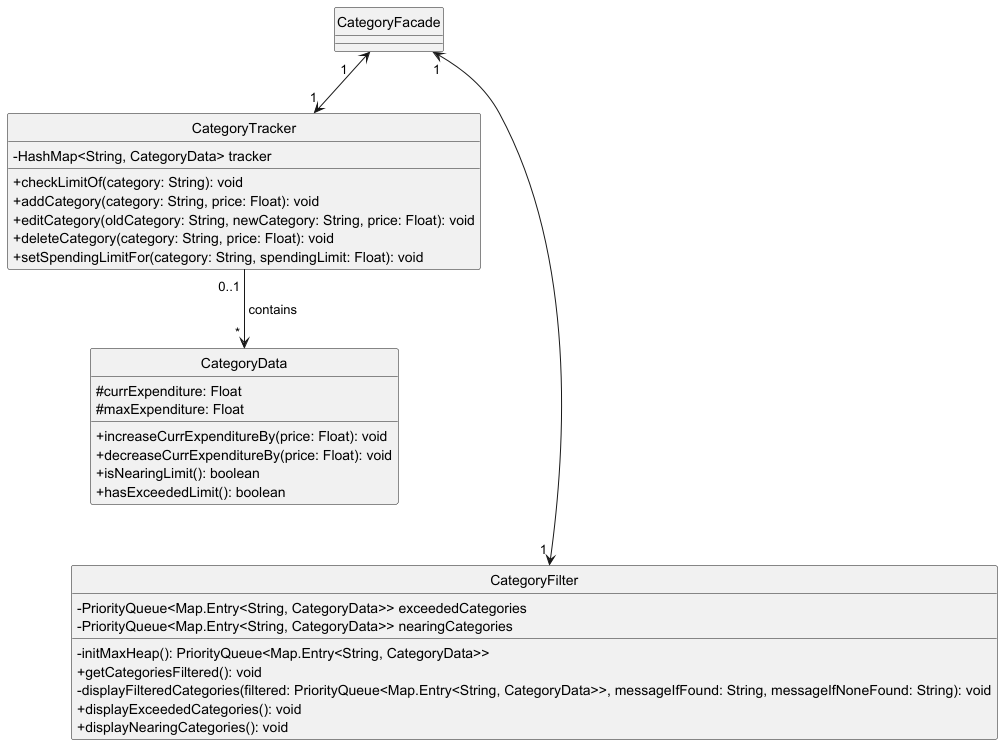
Above: docs/diagrams/images/CategoryClasses ClassUML.png in nus-cs2113-AY2425S1/tp (PlantUML), before the change. The source it was exported from:
```plantuml
@startuml
skinparam classAttributeIconSize 0
hide circle

class CategoryFacade {

}

class CategoryTracker {
    - HashMap<String, CategoryData> tracker

    +checkLimitOf(category: String): void
    +addCategory(category: String, price: Float): void
    +editCategory(oldCategory: String, newCategory: String, price: Float): void
    +deleteCategory(category: String, price: Float): void
    +setSpendingLimitFor(category: String, spendingLimit: Float): void
}

class CategoryData {
    #currExpenditure: Float
    #maxExpenditure: Float

    + increaseCurrExpenditureBy(price: Float): void
    + decreaseCurrExpenditureBy(price: Float): void
    + isNearingLimit(): boolean
    + hasExceededLimit(): boolean
}

class CategoryFilter {
    - PriorityQueue<Map.Entry<String, CategoryData>> exceededCategories
    - PriorityQueue<Map.Entry<String, CategoryData>> nearingCategories

    -initMaxHeap(): PriorityQueue<Map.Entry<String, CategoryData>>
    +getCategoriesFiltered(): void
    -displayFilteredCategories(filtered: PriorityQueue<Map.Entry<String, CategoryData>>, messageIfFound: String, messageIfNoneFound: String): void
    +displayExceededCategories(): void
    +displayNearingCategories(): void
}

CategoryFacade " 1    " <-d-> " 1 " CategoryTracker
CategoryFacade " 1 " <---d-> " 1 " CategoryFilter
CategoryTracker " 0..1 " -d-> " * " CategoryData : " contains "

@enduml
```
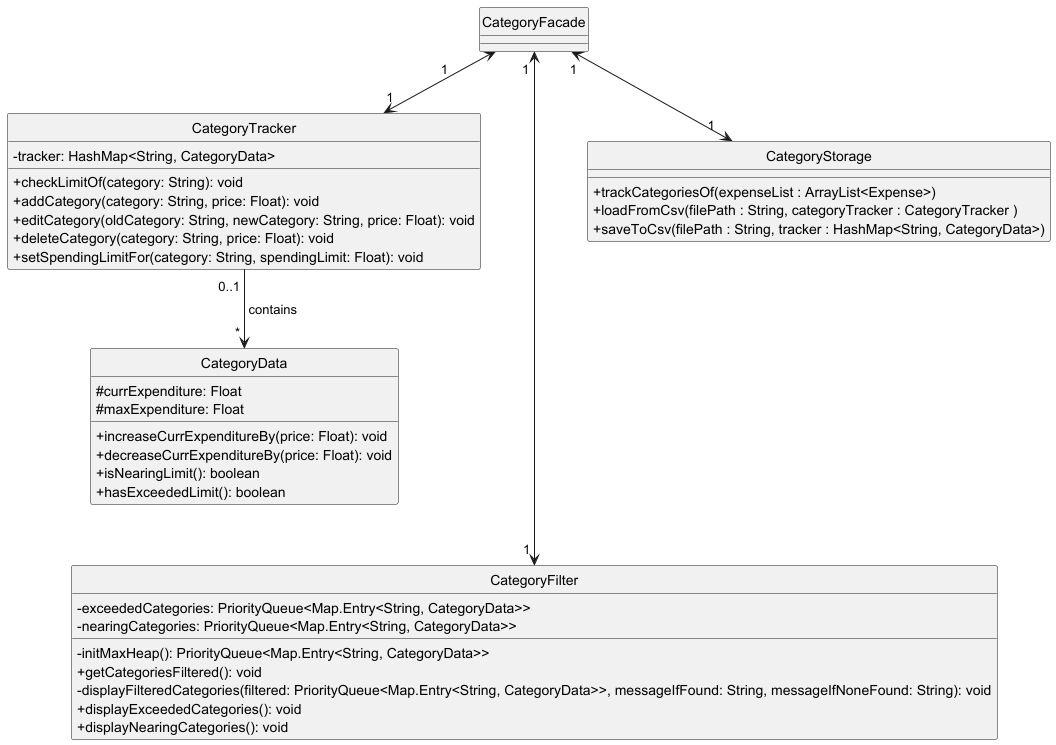
The same diagram one commit later.

Commit message:
Update class UML diagram for category package

Diff of the diagram source:
```diff
@@ -7,18 +7,18 @@
 }
 
 class CategoryTracker {
-    - HashMap<String, CategoryData> tracker
+    - tracker: HashMap<String, CategoryData>
 
-    +checkLimitOf(category: String): void
-    +addCategory(category: String, price: Float): void
-    +editCategory(oldCategory: String, newCategory: String, price: Float): void
-    +deleteCategory(category: String, price: Float): void
-    +setSpendingLimitFor(category: String, spendingLimit: Float): void
+    + checkLimitOf(category: String): void
+    + addCategory(category: String, price: Float): void
+    + editCategory(oldCategory: String, newCategory: String, price: Float): void
+    + deleteCategory(category: String, price: Float): void
+    + setSpendingLimitFor(category: String, spendingLimit: Float): void
 }
 
 class CategoryData {
-    #currExpenditure: Float
-    #maxExpenditure: Float
+    # currExpenditure: Float
+    # maxExpenditure: Float
 
     + increaseCurrExpenditureBy(price: Float): void
     + decreaseCurrExpenditureBy(price: Float): void
@@ -27,18 +27,26 @@
 }
 
 class CategoryFilter {
-    - PriorityQueue<Map.Entry<String, CategoryData>> exceededCategories
-    - PriorityQueue<Map.Entry<String, CategoryData>> nearingCategories
+    - exceededCategories: PriorityQueue<Map.Entry<String, CategoryData>>
+    - nearingCategories: PriorityQueue<Map.Entry<String, CategoryData>>
 
-    -initMaxHeap(): PriorityQueue<Map.Entry<String, CategoryData>>
-    +getCategoriesFiltered(): void
-    -displayFilteredCategories(filtered: PriorityQueue<Map.Entry<String, CategoryData>>, messageIfFound: String, messageIfNoneFound: String): void
-    +displayExceededCategories(): void
-    +displayNearingCategories(): void
+    - initMaxHeap(): PriorityQueue<Map.Entry<String, CategoryData>>
+    + getCategoriesFiltered(): void
+    - displayFilteredCategories(filtered: PriorityQueue<Map.Entry<String, CategoryData>>, messageIfFound: String, messageIfNoneFound: String): void
+    + displayExceededCategories(): void
+    + displayNearingCategories(): void
 }
 
-CategoryFacade " 1    " <-d-> " 1 " CategoryTracker
+class CategoryStorage {
+
+    + trackCategoriesOf(expenseList : ArrayList<Expense>)
+    + loadFromCsv(filePath : String, categoryTracker : CategoryTracker )
+    + saveToCsv(filePath : String, tracker : HashMap<String, CategoryData>)
+}
+
+CategoryFacade " 1         " <-d-> " 1 " CategoryTracker
 CategoryFacade " 1 " <---d-> " 1 " CategoryFilter
 CategoryTracker " 0..1 " -d-> " * " CategoryData : " contains "
+CategoryFacade " 1 " <-d-> " 1 " CategoryStorage
 
 @enduml
```
